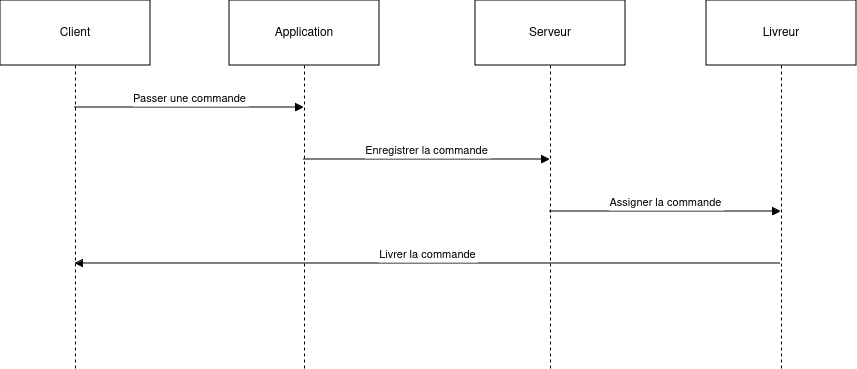
Earlier version of the draw.io export livrables/Projet 4 - diagramme de séquences - Livraison de commande.drawio.png (thomaschagneux/ExpressFood). Source tidied: cells renumbered, new cells last; positions are measured from the earlier drawing's top-left corner, leaving out a move shared by most shapes. Source of this version:
```xml
<mxGraphModel>
  <root>
    <mxCell id="0" />
    <mxCell id="1" parent="0" />
    <mxCell id="2" value="Client" style="shape=umlLifeline;perimeter=lifelinePerimeter;whiteSpace=wrap;outlineConnect=0;portConstraint=eastwest;newEdgeStyle={&quot;edgeStyle&quot;:&quot;elbowEdgeStyle&quot;,&quot;elbow&quot;:&quot;vertical&quot;,&quot;curved&quot;:0,&quot;rounded&quot;:0};size=65;" parent="1" vertex="1">
      <mxGeometry width="150" height="368" as="geometry" />
    </mxCell>
    <mxCell id="3" value="Application" style="shape=umlLifeline;perimeter=lifelinePerimeter;whiteSpace=wrap;outlineConnect=0;portConstraint=eastwest;newEdgeStyle={&quot;edgeStyle&quot;:&quot;elbowEdgeStyle&quot;,&quot;elbow&quot;:&quot;vertical&quot;,&quot;curved&quot;:0,&quot;rounded&quot;:0};size=65;" parent="1" vertex="1">
      <mxGeometry x="229" width="150" height="368" as="geometry" />
    </mxCell>
    <mxCell id="4" value="Serveur" style="shape=umlLifeline;perimeter=lifelinePerimeter;whiteSpace=wrap;outlineConnect=0;portConstraint=eastwest;newEdgeStyle={&quot;edgeStyle&quot;:&quot;elbowEdgeStyle&quot;,&quot;elbow&quot;:&quot;vertical&quot;,&quot;curved&quot;:0,&quot;rounded&quot;:0};size=65;" parent="1" vertex="1">
      <mxGeometry x="475" width="150" height="368" as="geometry" />
    </mxCell>
    <mxCell id="5" value="Livreur" style="shape=umlLifeline;perimeter=lifelinePerimeter;whiteSpace=wrap;outlineConnect=0;portConstraint=eastwest;newEdgeStyle={&quot;edgeStyle&quot;:&quot;elbowEdgeStyle&quot;,&quot;elbow&quot;:&quot;vertical&quot;,&quot;curved&quot;:0,&quot;rounded&quot;:0};size=65;" parent="1" vertex="1">
      <mxGeometry x="706" width="150" height="368" as="geometry" />
    </mxCell>
    <mxCell id="6" value="Passer une commande" style="verticalAlign=bottom;endArrow=block;edgeStyle=elbowEdgeStyle;elbow=vertical;curved=0;rounded=0;" parent="1" edge="1" source="2" target="3">
      <mxGeometry relative="1" as="geometry">
        <Array as="points">
          <mxPoint x="200" y="107" />
        </Array>
      </mxGeometry>
    </mxCell>
    <mxCell id="7" value="Enregistrer la commande" style="verticalAlign=bottom;endArrow=block;edgeStyle=elbowEdgeStyle;elbow=vertical;curved=0;rounded=0;" parent="1" edge="1" source="3" target="4">
      <mxGeometry relative="1" as="geometry">
        <Array as="points">
          <mxPoint x="437" y="159" />
        </Array>
      </mxGeometry>
    </mxCell>
    <mxCell id="8" value="Assigner la commande" style="verticalAlign=bottom;endArrow=block;edgeStyle=elbowEdgeStyle;elbow=vertical;curved=0;rounded=0;" parent="1" edge="1" source="4" target="5">
      <mxGeometry relative="1" as="geometry">
        <Array as="points">
          <mxPoint x="676" y="211" />
        </Array>
      </mxGeometry>
    </mxCell>
    <mxCell id="9" value="Livrer la commande" style="verticalAlign=bottom;endArrow=block;edgeStyle=elbowEdgeStyle;elbow=vertical;curved=0;rounded=0;" parent="1" edge="1" source="5" target="2">
      <mxGeometry relative="1" as="geometry">
        <Array as="points">
          <mxPoint x="438" y="263" />
        </Array>
      </mxGeometry>
    </mxCell>
  </root>
</mxGraphModel>
```
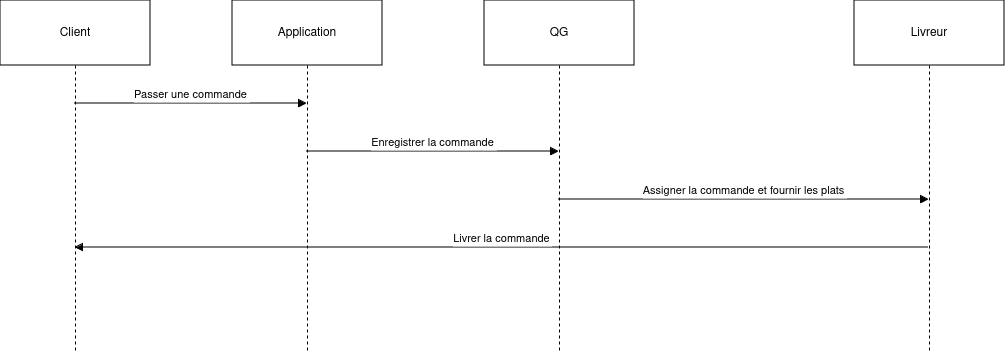
The same file after the commit.

Change to the diagram source:
```diff
@@ -3,42 +3,42 @@
     <mxCell id="0" />
     <mxCell id="1" parent="0" />
     <mxCell id="2" value="Client" style="shape=umlLifeline;perimeter=lifelinePerimeter;whiteSpace=wrap;outlineConnect=0;portConstraint=eastwest;newEdgeStyle={&quot;edgeStyle&quot;:&quot;elbowEdgeStyle&quot;,&quot;elbow&quot;:&quot;vertical&quot;,&quot;curved&quot;:0,&quot;rounded&quot;:0};size=65;" parent="1" vertex="1">
-      <mxGeometry width="150" height="368" as="geometry" />
+      <mxGeometry width="150" height="352" as="geometry" />
     </mxCell>
     <mxCell id="3" value="Application" style="shape=umlLifeline;perimeter=lifelinePerimeter;whiteSpace=wrap;outlineConnect=0;portConstraint=eastwest;newEdgeStyle={&quot;edgeStyle&quot;:&quot;elbowEdgeStyle&quot;,&quot;elbow&quot;:&quot;vertical&quot;,&quot;curved&quot;:0,&quot;rounded&quot;:0};size=65;" parent="1" vertex="1">
-      <mxGeometry x="229" width="150" height="368" as="geometry" />
+      <mxGeometry x="232" width="150" height="352" as="geometry" />
     </mxCell>
-    <mxCell id="4" value="Serveur" style="shape=umlLifeline;perimeter=lifelinePerimeter;whiteSpace=wrap;outlineConnect=0;portConstraint=eastwest;newEdgeStyle={&quot;edgeStyle&quot;:&quot;elbowEdgeStyle&quot;,&quot;elbow&quot;:&quot;vertical&quot;,&quot;curved&quot;:0,&quot;rounded&quot;:0};size=65;" parent="1" vertex="1">
-      <mxGeometry x="475" width="150" height="368" as="geometry" />
-    </mxCell>
+    <mxCell id="10" value="QG" style="shape=umlLifeline;perimeter=lifelinePerimeter;whiteSpace=wrap;outlineConnect=0;portConstraint=eastwest;newEdgeStyle={&quot;edgeStyle&quot;:&quot;elbowEdgeStyle&quot;,&quot;elbow&quot;:&quot;vertical&quot;,&quot;curved&quot;:0,&quot;rounded&quot;:0};size=65;" parent="1" vertex="1">
+      <mxGeometry x="484" width="150" height="352" as="geometry" />
+    </mxCell>
     <mxCell id="5" value="Livreur" style="shape=umlLifeline;perimeter=lifelinePerimeter;whiteSpace=wrap;outlineConnect=0;portConstraint=eastwest;newEdgeStyle={&quot;edgeStyle&quot;:&quot;elbowEdgeStyle&quot;,&quot;elbow&quot;:&quot;vertical&quot;,&quot;curved&quot;:0,&quot;rounded&quot;:0};size=65;" parent="1" vertex="1">
-      <mxGeometry x="706" width="150" height="368" as="geometry" />
+      <mxGeometry x="854" width="150" height="352" as="geometry" />
     </mxCell>
     <mxCell id="6" value="Passer une commande" style="verticalAlign=bottom;endArrow=block;edgeStyle=elbowEdgeStyle;elbow=vertical;curved=0;rounded=0;" parent="1" edge="1" source="2" target="3">
       <mxGeometry relative="1" as="geometry">
         <Array as="points">
-          <mxPoint x="200" y="107" />
+          <mxPoint x="201" y="103" />
         </Array>
       </mxGeometry>
     </mxCell>
-    <mxCell id="7" value="Enregistrer la commande" style="verticalAlign=bottom;endArrow=block;edgeStyle=elbowEdgeStyle;elbow=vertical;curved=0;rounded=0;" parent="1" edge="1" source="3" target="4">
+    <mxCell id="7" value="Enregistrer la commande" style="verticalAlign=bottom;endArrow=block;edgeStyle=elbowEdgeStyle;elbow=vertical;curved=0;rounded=0;" parent="1" edge="1" source="3" target="10">
       <mxGeometry relative="1" as="geometry">
         <Array as="points">
-          <mxPoint x="437" y="159" />
+          <mxPoint x="443" y="151" />
         </Array>
       </mxGeometry>
     </mxCell>
-    <mxCell id="8" value="Assigner la commande" style="verticalAlign=bottom;endArrow=block;edgeStyle=elbowEdgeStyle;elbow=vertical;curved=0;rounded=0;" parent="1" edge="1" source="4" target="5">
-      <mxGeometry relative="1" as="geometry">
-        <Array as="points">
-          <mxPoint x="676" y="211" />
-        </Array>
-      </mxGeometry>
-    </mxCell>
+    <mxCell id="11" value="Assigner la commande et fournir les plats" style="verticalAlign=bottom;endArrow=block;edgeStyle=elbowEdgeStyle;elbow=vertical;curved=0;rounded=0;" parent="1" edge="1" source="10" target="5">
+      <mxGeometry relative="1" as="geometry">
+        <Array as="points">
+          <mxPoint x="754" y="199" />
+        </Array>
+      </mxGeometry>
+    </mxCell>
     <mxCell id="9" value="Livrer la commande" style="verticalAlign=bottom;endArrow=block;edgeStyle=elbowEdgeStyle;elbow=vertical;curved=0;rounded=0;" parent="1" edge="1" source="5" target="2">
       <mxGeometry relative="1" as="geometry">
         <Array as="points">
-          <mxPoint x="438" y="263" />
+          <mxPoint x="512" y="247" />
         </Array>
       </mxGeometry>
     </mxCell>
```
